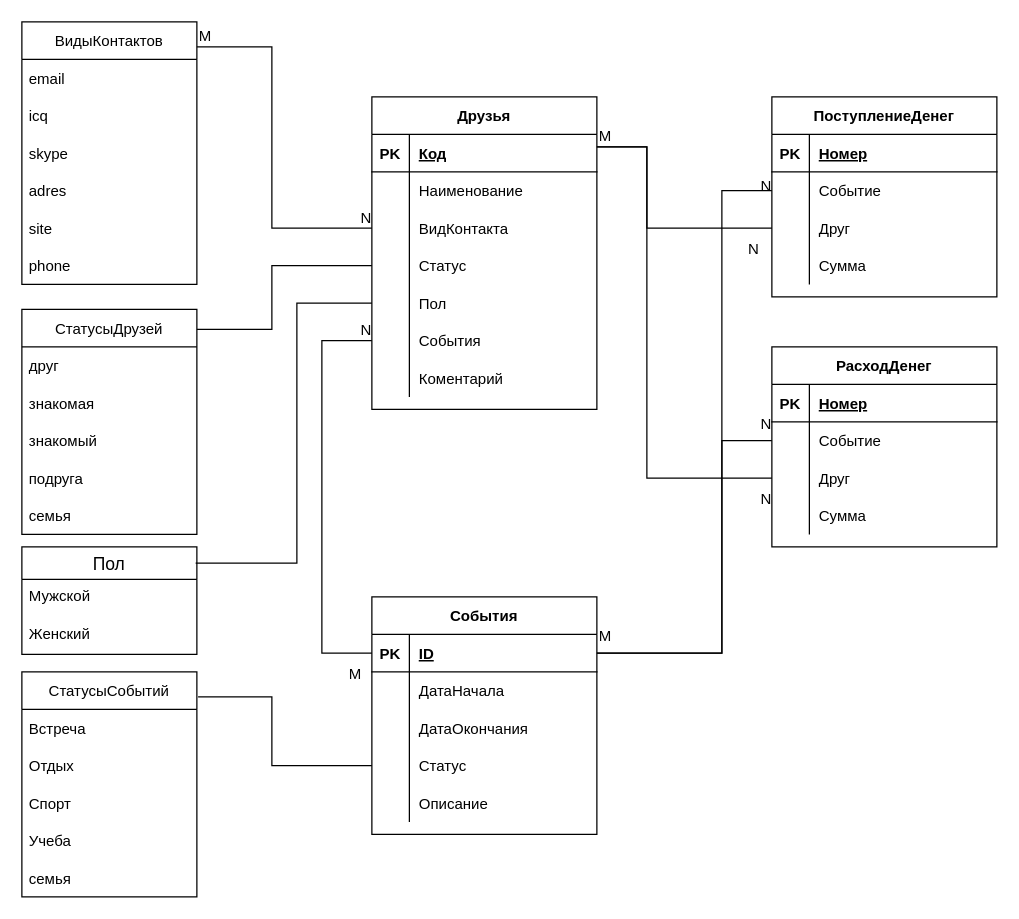
Above: ER diagram.drawio in anfijk/jknl (draw.io), before the change. Source tidied: cells renumbered, new cells numbered last; positions are measured from the earlier drawing's top-left corner, leaving out a move shared by most shapes. Both pictures are drawn from the tidied source at 125%, with x=0, y=0 at pixel (21, 21).
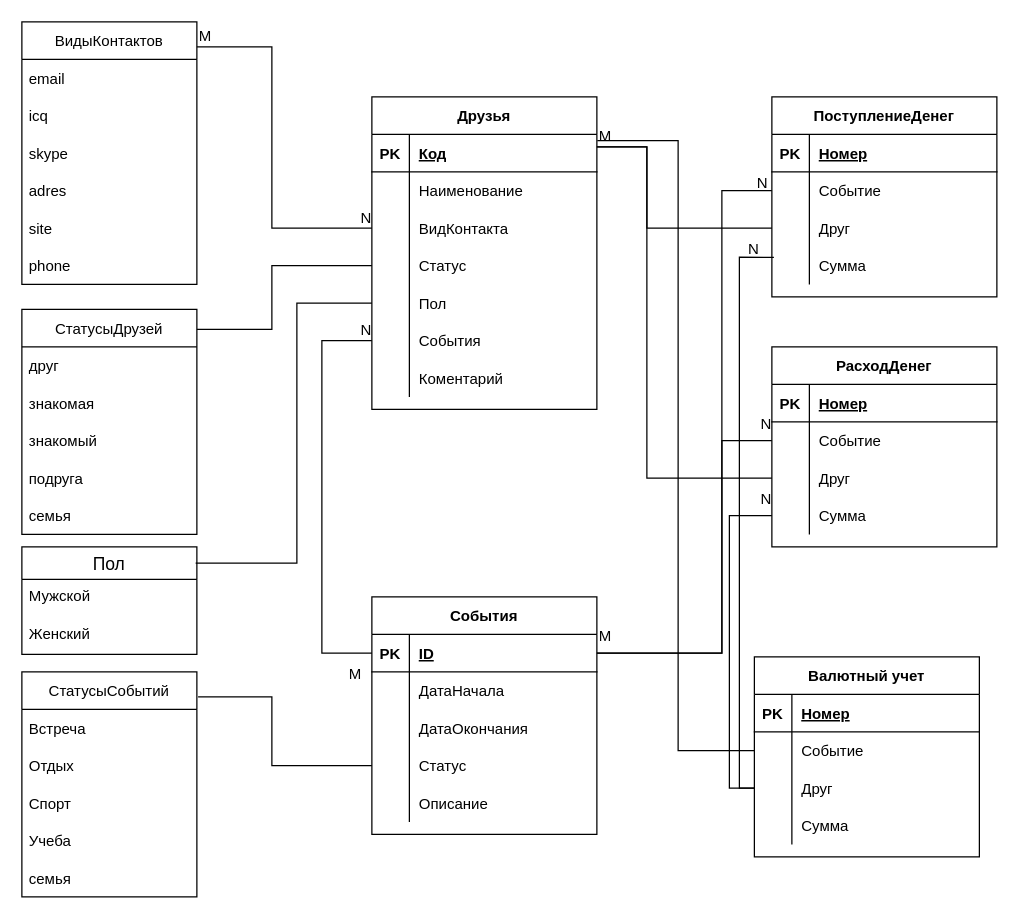
After the change.

Unchanged cells that the change refers to:
```xml
<mxCell id="18" style="shape=tableRow;horizontal=0;startSize=0;swimlaneHead=0;swimlaneBody=0;fillColor=none;points=[[0,0.5],[1,0.5]];portConstraint=eastwest;top=0;left=0;right=0;bottom=1;" parent="17" vertex="1">
  <mxGeometry y="30" width="180" height="30" as="geometry" />
</mxCell>
<mxCell id="47" style="shape=tableRow;horizontal=0;startSize=0;swimlaneHead=0;swimlaneBody=0;fillColor=none;points=[[0,0.5],[1,0.5]];portConstraint=eastwest;top=0;left=0;right=0;bottom=1;" parent="46" vertex="1">
  <mxGeometry y="30" width="180" height="30" as="geometry" />
</mxCell>
<mxCell id="63" style="endArrow=none;html=1;rounded=0;exitX=0;exitY=0.5;exitDx=0;exitDy=0;entryX=0;entryY=0.5;entryDx=0;entryDy=0;" parent="1" edge="1" source="47" target="33">
  <mxGeometry relative="1" as="geometry">
    <Array as="points">
      <mxPoint x="240" y="505" />
      <mxPoint x="240" y="255" />
    </Array>
  </mxGeometry>
</mxCell>
<mxCell id="81" style="shape=tableRow;horizontal=0;startSize=0;swimlaneHead=0;swimlaneBody=0;fillColor=none;points=[[0,0.5],[1,0.5]];portConstraint=eastwest;top=0;left=0;right=0;bottom=0;" parent="77" vertex="1">
  <mxGeometry y="60" width="180" height="30" as="geometry" />
</mxCell>
<mxCell id="87" style="shape=tableRow;horizontal=0;startSize=0;swimlaneHead=0;swimlaneBody=0;fillColor=none;points=[[0,0.5],[1,0.5]];portConstraint=eastwest;top=0;left=0;right=0;bottom=0;" parent="77" vertex="1">
  <mxGeometry y="120" width="180" height="30" as="geometry" />
</mxCell>
<mxCell id="100" style="shape=tableRow;horizontal=0;startSize=0;swimlaneHead=0;swimlaneBody=0;fillColor=none;points=[[0,0.5],[1,0.5]];portConstraint=eastwest;top=0;left=0;right=0;bottom=0;" parent="90" vertex="1">
  <mxGeometry y="120" width="180" height="30" as="geometry" />
</mxCell>
```

What changed in the source:
```diff
@@
     <mxCell id="69" value="N" style="html=1;align=right;verticalAlign=bottom;" parent="63" vertex="1">
       <mxGeometry x="1" relative="1" as="geometry">
-        <mxPoint x="320" y="-115" as="offset" />
+        <mxPoint x="317" y="-118" as="offset" />
       </mxGeometry>
     </mxCell>
@@
     <mxCell id="104" style="endArrow=none;html=1;rounded=0;exitX=1;exitY=0.5;exitDx=0;exitDy=0;entryX=0;entryY=0.5;entryDx=0;entryDy=0;" parent="1" edge="1" source="47" target="81">
       <mxGeometry relative="1" as="geometry">
         <Array as="points">
           <mxPoint x="560" y="505" />
+          <mxPoint x="560" y="257" />
           <mxPoint x="560" y="135" />
         </Array>
       </mxGeometry>
     </mxCell>
@@
+    <mxCell id="107" value="Валютный учет" style="shape=table;startSize=30;childLayout=tableLayout;rowLines=0;fontStyle=1;align=center;" parent="1" vertex="1">
+      <mxGeometry x="586" y="508" width="180" height="160" as="geometry" />
+    </mxCell>
+    <mxCell id="108" style="shape=tableRow;horizontal=0;startSize=0;swimlaneHead=0;swimlaneBody=0;fillColor=none;top=0;left=0;right=0;bottom=1;" parent="107" vertex="1">
+      <mxGeometry y="30" width="180" height="30" as="geometry" />
+    </mxCell>
+    <mxCell id="109" value="PK" style="shape=partialRectangle;fillColor=none;top=0;left=0;bottom=0;right=0;fontStyle=1;overflow=hidden;" parent="108" vertex="1">
+      <mxGeometry width="30" height="30" as="geometry" />
+    </mxCell>
+    <mxCell id="110" value="Номер" style="shape=partialRectangle;fillColor=none;top=0;left=0;bottom=0;right=0;align=left;spacingLeft=6;fontStyle=5;overflow=hidden;" parent="108" vertex="1">
+      <mxGeometry x="30" width="150" height="30" as="geometry" />
+    </mxCell>
+    <mxCell id="111" style="shape=tableRow;horizontal=0;startSize=0;swimlaneHead=0;swimlaneBody=0;fillColor=none;points=[[0,0.5],[1,0.5]];portConstraint=eastwest;top=0;left=0;right=0;bottom=0;" parent="107" vertex="1">
+      <mxGeometry y="60" width="180" height="30" as="geometry" />
+    </mxCell>
+    <mxCell id="112" style="shape=partialRectangle;fillColor=none;top=0;left=0;bottom=0;right=0;overflow=hidden;" parent="111" vertex="1">
+      <mxGeometry width="30" height="30" as="geometry" />
+    </mxCell>
+    <mxCell id="113" value="Событие" style="shape=partialRectangle;fillColor=none;top=0;left=0;bottom=0;right=0;align=left;spacingLeft=6;overflow=hidden;" parent="111" vertex="1">
+      <mxGeometry x="30" width="150" height="30" as="geometry" />
+    </mxCell>
+    <mxCell id="114" style="shape=tableRow;horizontal=0;startSize=0;swimlaneHead=0;swimlaneBody=0;fillColor=none;points=[[0,0.5],[1,0.5]];portConstraint=eastwest;top=0;left=0;right=0;bottom=0;" parent="107" vertex="1">
+      <mxGeometry y="90" width="180" height="30" as="geometry" />
+    </mxCell>
+    <mxCell id="115" style="shape=partialRectangle;fillColor=none;top=0;left=0;bottom=0;right=0;overflow=hidden;" parent="114" vertex="1">
+      <mxGeometry width="30" height="30" as="geometry" />
+    </mxCell>
+    <mxCell id="116" value="Друг" style="shape=partialRectangle;fillColor=none;top=0;left=0;bottom=0;right=0;align=left;spacingLeft=6;overflow=hidden;" parent="114" vertex="1">
+      <mxGeometry x="30" width="150" height="30" as="geometry" />
+    </mxCell>
+    <mxCell id="117" style="shape=tableRow;horizontal=0;startSize=0;swimlaneHead=0;swimlaneBody=0;fillColor=none;top=0;left=0;right=0;bottom=0;" parent="107" vertex="1">
+      <mxGeometry y="120" width="180" height="30" as="geometry" />
+    </mxCell>
+    <mxCell id="118" style="shape=partialRectangle;fillColor=none;top=0;left=0;bottom=0;right=0;overflow=hidden;" parent="117" vertex="1">
+      <mxGeometry width="30" height="30" as="geometry" />
+    </mxCell>
+    <mxCell id="119" value="Сумма" style="shape=partialRectangle;fillColor=none;top=0;left=0;bottom=0;right=0;align=left;spacingLeft=6;overflow=hidden;" parent="117" vertex="1">
+      <mxGeometry x="30" width="150" height="30" as="geometry" />
+    </mxCell>
+    <mxCell id="120" style="endArrow=none;html=1;rounded=0;exitX=0;exitY=0.5;exitDx=0;exitDy=0;entryX=1.002;entryY=0.167;entryDx=0;entryDy=0;entryPerimeter=0;" parent="1" edge="1" source="111" target="18">
+      <mxGeometry relative="1" as="geometry">
+        <Array as="points">
+          <mxPoint x="525" y="583" />
+          <mxPoint x="525" y="95" />
+        </Array>
+      </mxGeometry>
+    </mxCell>
+    <mxCell id="121" style="edgeStyle=orthogonalEdgeStyle;rounded=0;jettySize=auto;html=1;exitX=0;exitY=0.5;exitDx=0;exitDy=0;entryX=0;entryY=0.5;entryDx=0;entryDy=0;strokeColor=default;endArrow=none;endFill=0;" parent="1" edge="1" source="114" target="100">
+      <mxGeometry relative="1" as="geometry" />
+    </mxCell>
+    <mxCell id="122" style="edgeStyle=orthogonalEdgeStyle;rounded=0;jettySize=auto;html=1;exitX=0;exitY=0.5;exitDx=0;exitDy=0;entryX=0.009;entryY=0.278;entryDx=0;entryDy=0;entryPerimeter=0;endArrow=none;endFill=0;" parent="1" edge="1" source="114" target="87">
+      <mxGeometry relative="1" as="geometry">
+        <Array as="points">
+          <mxPoint x="574" y="613" />
+          <mxPoint x="574" y="188" />
+        </Array>
+      </mxGeometry>
+    </mxCell>
```
